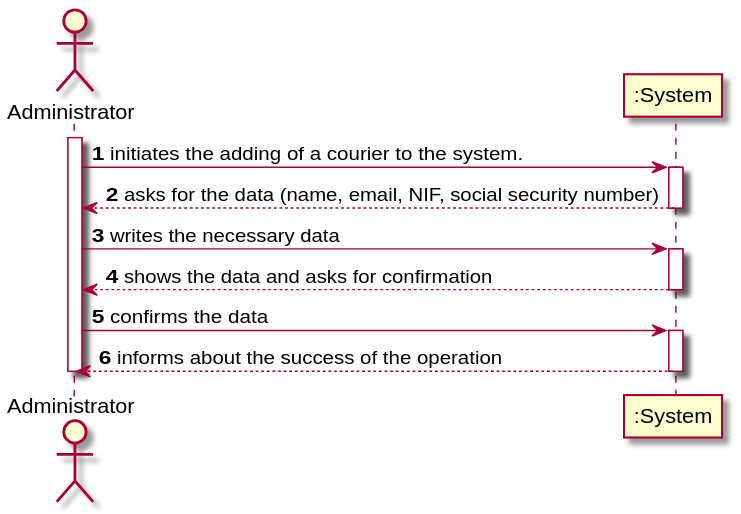
The PlantUML diagram Documents/UC4/UC4_SSD.svg in 1190452/LAPR3, before a commit.
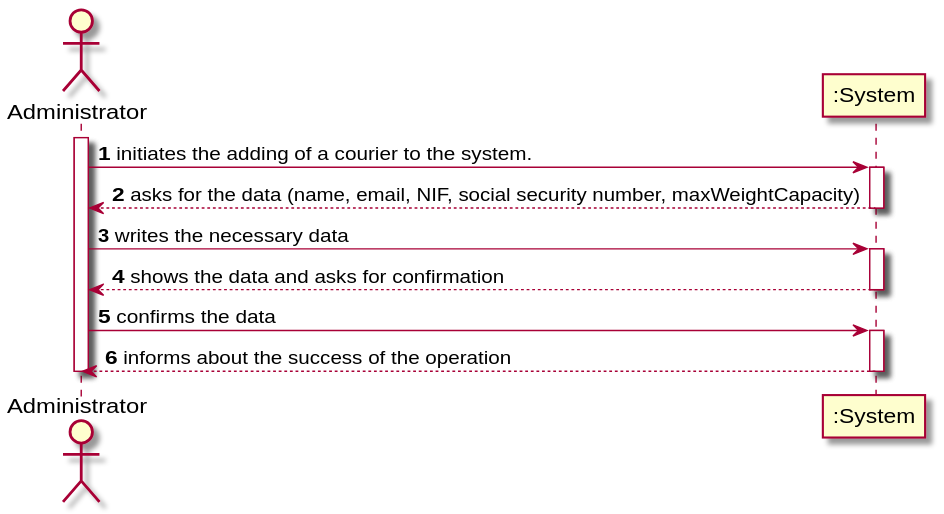
The same diagram one commit later.

The edit, as a diff of the source:
```diff
@@ -4,7 +4,7 @@
 activate ADMIN
 ADMIN-> ":System" : initiates the adding of a courier to the system.
 activate ":System"
-":System" --> ADMIN : asks for the data (name, email, NIF, social security number)
+":System" --> ADMIN : asks for the data (name, email, NIF, social security number, maxWeightCapacity)
 deactivate ":System"
 
 ADMIN -> ":System" : writes the necessary data
```
